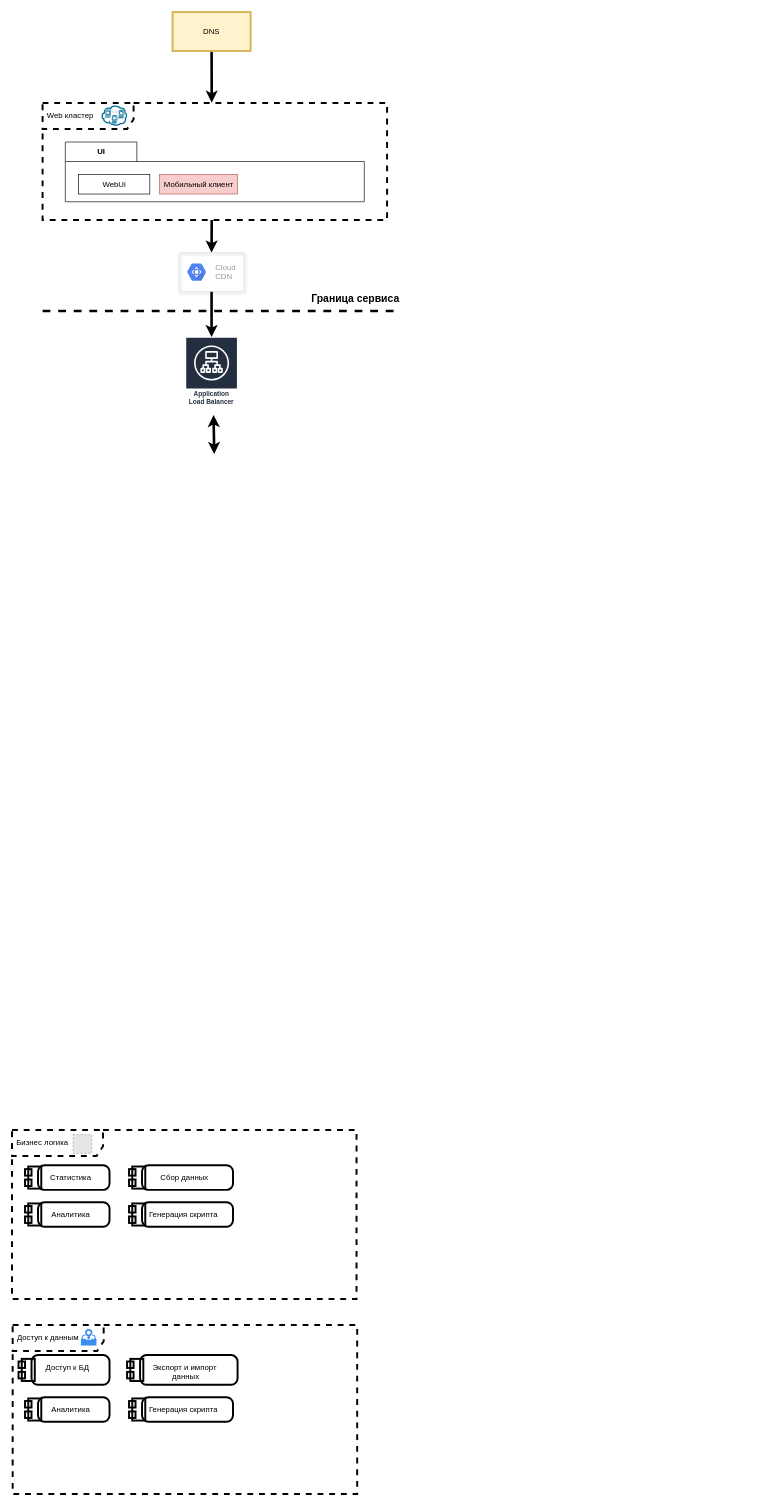
Before: SalesFunnel.drawio in fulorgnas/fulorgnas, a draw.io diagram. Source tidied: cells renumbered, new cells numbered last; positions are measured from the earlier drawing's top-left corner, leaving out a move shared by most shapes. Both pictures are drawn from the tidied source at 65%, with x=0, y=0 at pixel (12, 12). Pictures stored in the file or linked from it are replaced by grey dashed boxes.
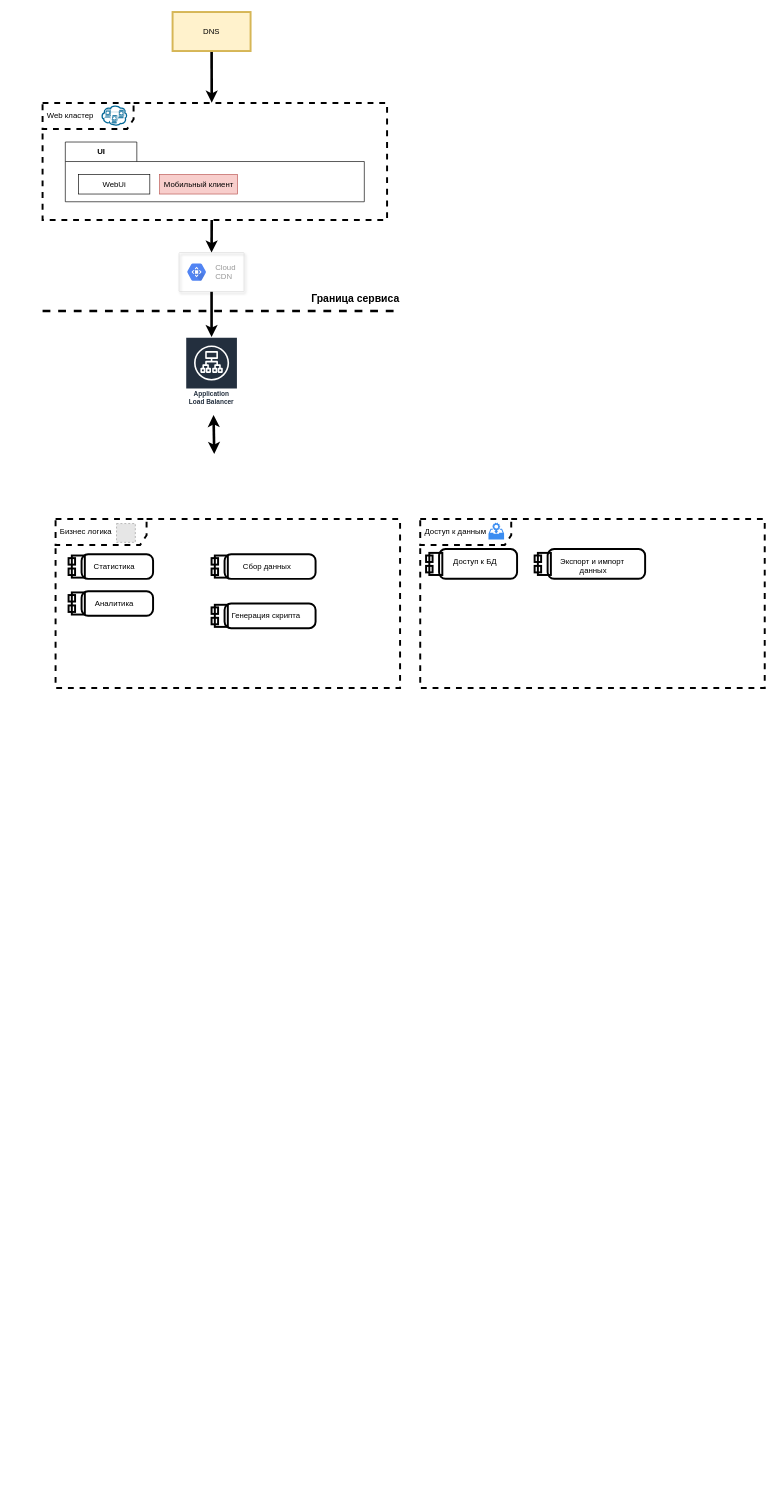
The same page after the edit.

Diff of the diagram source:
```diff
@@
     <mxCell id="2" style="group;" parent="1" vertex="1">
-      <mxGeometry y="1720" width="530" height="260" as="geometry" />
+      <mxGeometry x="67" y="780" width="530" height="260" as="geometry" />
     </mxCell>
@@
-    <mxCell id="4" value="Статистика" style="shape=mxgraph.uml25.actionParams;html=1;align=center;verticalAlign=top;absoluteArcSize=1;arcSize=10;dashed=0;spacingLeft=10;spacingTop=5;strokeWidth=3;fillColor=none;" parent="2" vertex="1">
-      <mxGeometry x="20" y="54.2" width="130" height="37.9" as="geometry" />
-    </mxCell>
@@
     <mxCell id="6" value="Сбор данных" style="shape=mxgraph.uml25.actionParams;html=1;align=center;verticalAlign=top;absoluteArcSize=1;arcSize=10;dashed=0;spacingLeft=10;spacingTop=5;strokeWidth=3;fillColor=none;" parent="2" vertex="1">
-      <mxGeometry x="180" y="54.2" width="160" height="37.9" as="geometry" />
+      <mxGeometry x="240" y="54.2" width="160" height="37.9" as="geometry" />
     </mxCell>
     <mxCell id="7" value="Генерация скрипта&amp;nbsp;" style="shape=mxgraph.uml25.actionParams;html=1;align=center;verticalAlign=top;absoluteArcSize=1;arcSize=10;dashed=0;spacingLeft=10;spacingTop=5;strokeWidth=3;fillColor=none;" parent="2" vertex="1">
-      <mxGeometry x="180" y="111" width="160" height="37.9" as="geometry" />
+      <mxGeometry x="240" y="130" width="160" height="37.9" as="geometry" />
     </mxCell>
@@
+    <mxCell id="4" value="Статистика" style="shape=mxgraph.uml25.actionParams;html=1;align=center;verticalAlign=top;absoluteArcSize=1;arcSize=10;dashed=0;spacingLeft=10;spacingTop=5;strokeWidth=3;fillColor=none;" parent="2" vertex="1">
+      <mxGeometry x="20" y="54.2" width="130" height="37.9" as="geometry" />
+    </mxCell>
     <mxCell id="9" style="group;" parent="1" vertex="1">
-      <mxGeometry y="2020" width="530" height="260" as="geometry" />
+      <mxGeometry x="627" y="780" width="530" height="260" as="geometry" />
     </mxCell>
@@
-    <mxCell id="12" value="Аналитика" style="shape=mxgraph.uml25.actionParams;html=1;align=center;verticalAlign=top;absoluteArcSize=1;arcSize=10;dashed=0;spacingLeft=10;spacingTop=5;strokeWidth=3;fillColor=none;" parent="9" vertex="1">
-      <mxGeometry x="20" y="111" width="130" height="37.9" as="geometry" />
-    </mxCell>
@@
-    <mxCell id="14" value="Генерация скрипта&amp;nbsp;" style="shape=mxgraph.uml25.actionParams;html=1;align=center;verticalAlign=top;absoluteArcSize=1;arcSize=10;dashed=0;spacingLeft=10;spacingTop=5;strokeWidth=3;fillColor=none;" parent="9" vertex="1">
-      <mxGeometry x="180" y="111" width="160" height="37.9" as="geometry" />
-    </mxCell>
```
